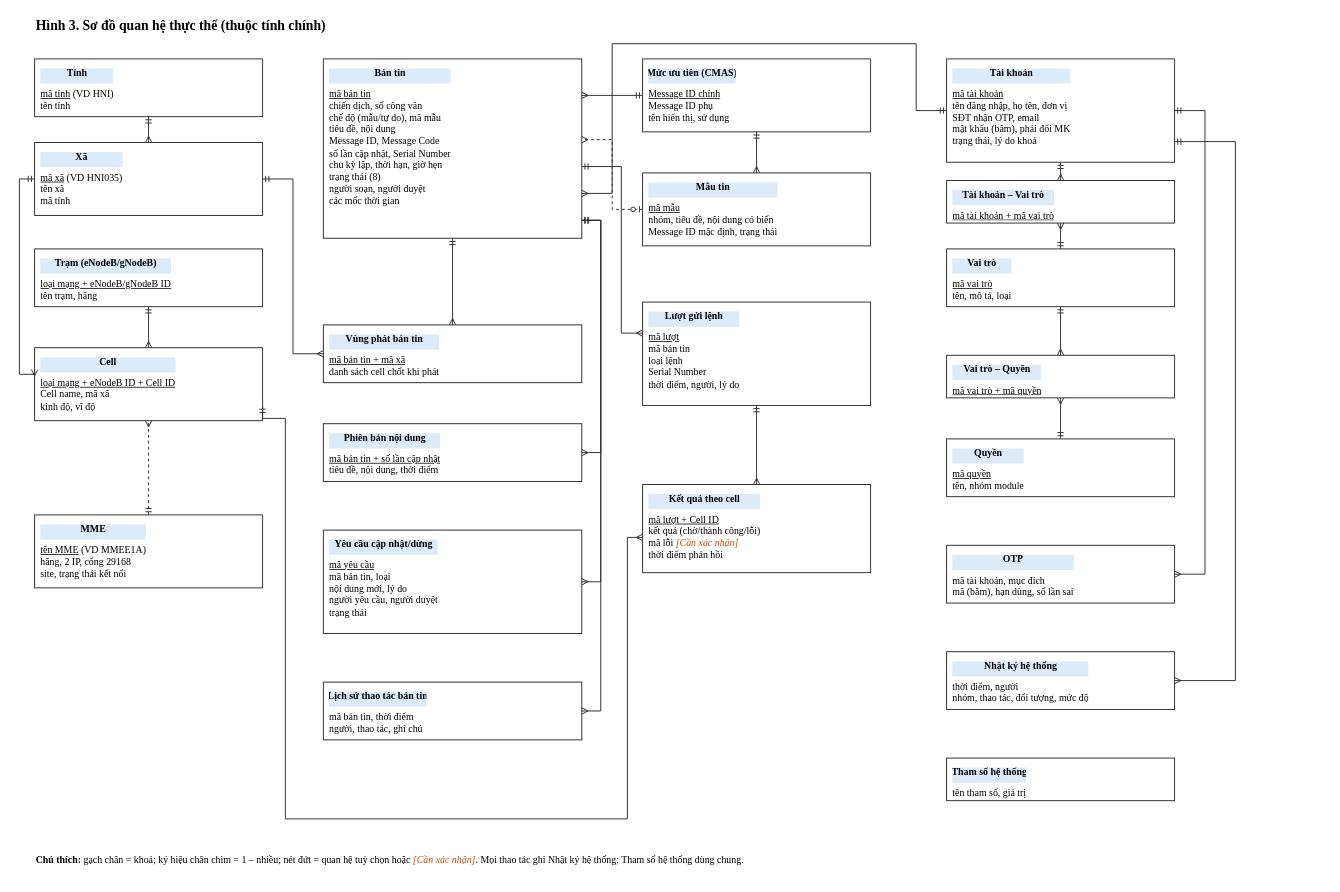
The draw.io diagram page "SRS-H3 Dữ liệu" (3 of 9) of srs/CBC_SRS_so-do.drawio in yenanna0804/cbc-demo, before the edit. Source tidied: cells renumbered, new cells numbered last; positions are measured from the earlier drawing's top-left corner, leaving out a move shared by most shapes. Both pictures are drawn from the tidied source at 76%, with x=0, y=0 at pixel (19, 13).
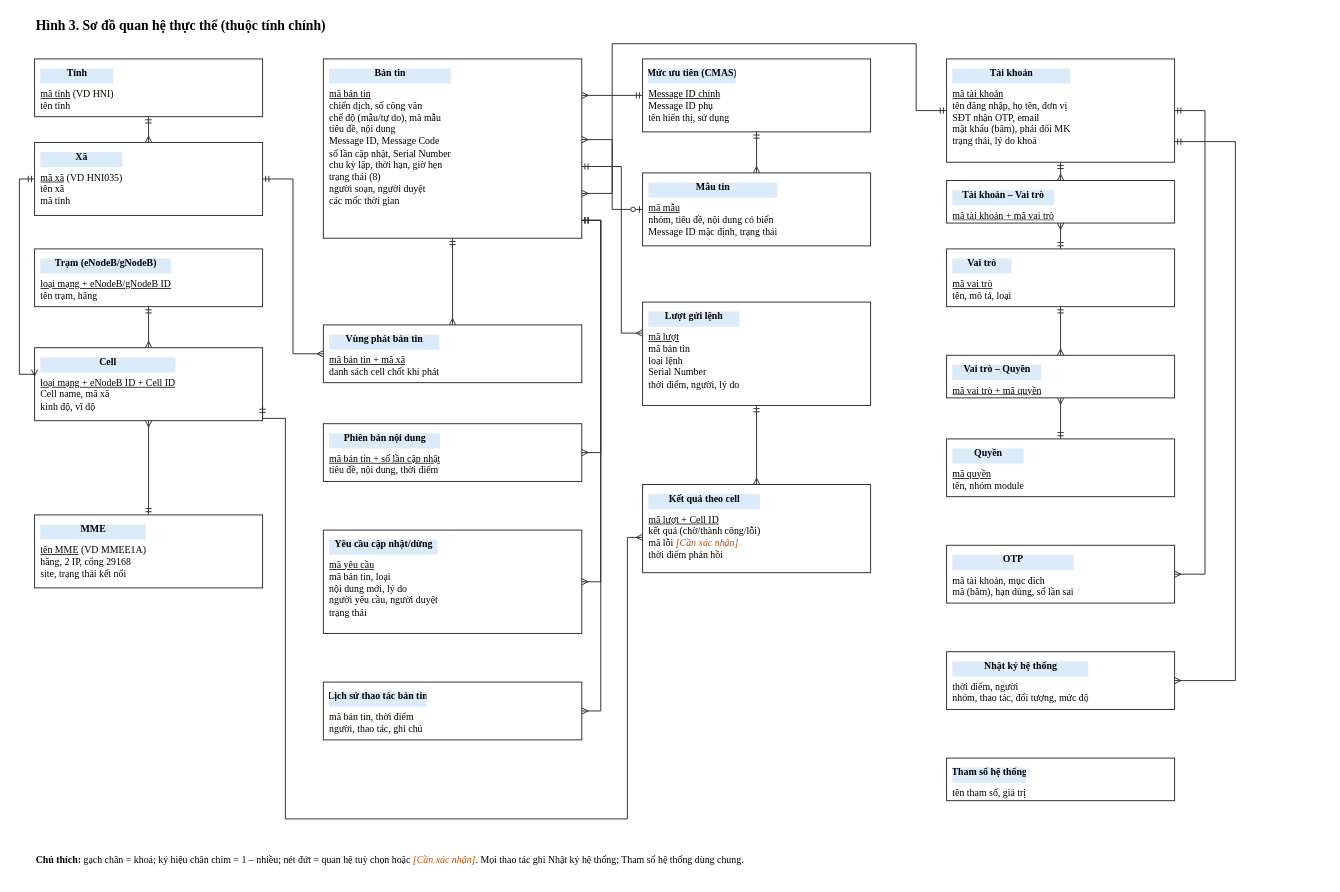
The same page after the edit.

Commit message:
SRS H3: bo net dut quan he

Claude-Session: https://claude.ai/code/session_01FeLNp4ic6ftFr5ftakdFjx

Unchanged cells that the change refers to:
```xml
<mxCell id="6" value="&lt;div style=&quot;background:#DCEBFA;margin:-8px -8px 6px;padding:6px;font-weight:bold;text-align:center&quot;&gt;Cell&lt;/div&gt;&lt;u&gt;loại mạng + eNodeB ID + Cell ID&lt;/u&gt;&lt;br&gt;Cell name, mã xã&lt;br&gt;kinh độ, vĩ độ" style="rounded=0;arcSize=8;whiteSpace=wrap;html=1;fontFamily=Times New Roman;fontSize=13;fillColor=#FFFFFF;strokeColor=#333333;strokeWidth=1.3;align=left;verticalAlign=top;spacing=8;overflow=hidden;" parent="1" vertex="1">
  <mxGeometry x="20" y="440" width="300" height="96" as="geometry" />
</mxCell>
<mxCell id="7" value="&lt;div style=&quot;background:#DCEBFA;margin:-8px -8px 6px;padding:6px;font-weight:bold;text-align:center&quot;&gt;MME&lt;/div&gt;&lt;u&gt;tên MME&lt;/u&gt; (VD MMEE1A)&lt;br&gt;hãng, 2 IP, cổng 29168&lt;br&gt;site, trạng thái kết nối" style="rounded=0;arcSize=8;whiteSpace=wrap;html=1;fontFamily=Times New Roman;fontSize=13;fillColor=#FFFFFF;strokeColor=#333333;strokeWidth=1.3;align=left;verticalAlign=top;spacing=8;overflow=hidden;" parent="1" vertex="1">
  <mxGeometry x="20" y="660" width="300" height="96" as="geometry" />
</mxCell>
<mxCell id="8" value="&lt;div style=&quot;background:#DCEBFA;margin:-8px -8px 6px;padding:6px;font-weight:bold;text-align:center&quot;&gt;Bản tin&lt;/div&gt;&lt;u&gt;mã bản tin&lt;/u&gt;&lt;br&gt;chiến dịch, số công văn&lt;br&gt;chế độ (mẫu/tự do), mã mẫu&lt;br&gt;tiêu đề, nội dung&lt;br&gt;Message ID, Message Code&lt;br&gt;số lần cập nhật, Serial Number&lt;br&gt;chu kỳ lặp, thời hạn, giờ hẹn&lt;br&gt;trạng thái (8)&lt;br&gt;người soạn, người duyệt&lt;br&gt;các mốc thời gian" style="rounded=0;arcSize=8;whiteSpace=wrap;html=1;fontFamily=Times New Roman;fontSize=13;fillColor=#FFFFFF;strokeColor=#333333;strokeWidth=1.3;align=left;verticalAlign=top;spacing=8;overflow=hidden;" parent="1" vertex="1">
  <mxGeometry x="400" y="60" width="340" height="236" as="geometry" />
</mxCell>
<mxCell id="16" value="&lt;div style=&quot;background:#DCEBFA;margin:-8px -8px 6px;padding:6px;font-weight:bold;text-align:center&quot;&gt;Mẫu tin&lt;/div&gt;&lt;u&gt;mã mẫu&lt;/u&gt;&lt;br&gt;nhóm, tiêu đề, nội dung có biến&lt;br&gt;Message ID mặc định, trạng thái" style="rounded=0;arcSize=8;whiteSpace=wrap;html=1;fontFamily=Times New Roman;fontSize=13;fillColor=#FFFFFF;strokeColor=#333333;strokeWidth=1.3;align=left;verticalAlign=top;spacing=8;overflow=hidden;" parent="1" vertex="1">
  <mxGeometry x="820" y="210" width="300" height="96" as="geometry" />
</mxCell>
```

Diff of the diagram source:
```diff
@@
-    <mxCell id="28" style="html=1;fontFamily=Times New Roman;fontSize=12;endArrow=ERmany;startArrow=ERmandOne;endFill=1;strokeColor=#333333;strokeWidth=1.3;labelBackgroundColor=#FFFFFF;rounded=0;dashed=1;exitX=0.5;exitY=0;exitDx=0;exitDy=0;entryX=0.5;entryY=1;entryDx=0;entryDy=0;edgeStyle=orthogonalEdgeStyle;" parent="1" edge="1" source="7" target="6">
+    <mxCell id="28" style="html=1;fontFamily=Times New Roman;fontSize=12;endArrow=ERmany;startArrow=ERmandOne;endFill=1;strokeColor=#333333;strokeWidth=1.3;labelBackgroundColor=#FFFFFF;rounded=0;exitX=0.5;exitY=0;exitDx=0;exitDy=0;entryX=0.5;entryY=1;entryDx=0;entryDy=0;edgeStyle=orthogonalEdgeStyle;" parent="1" edge="1" source="7" target="6">
       <mxGeometry relative="1" as="geometry" />
     </mxCell>
@@
-    <mxCell id="39" style="html=1;fontFamily=Times New Roman;fontSize=12;endArrow=ERmany;startArrow=ERzeroToOne;endFill=1;strokeColor=#333333;strokeWidth=1.3;labelBackgroundColor=#FFFFFF;rounded=0;dashed=1;exitX=0;exitY=0.5;exitDx=0;exitDy=0;entryX=1;entryY=0.45;entryDx=0;entryDy=0;edgeStyle=orthogonalEdgeStyle;" parent="1" edge="1" source="16" target="8">
+    <mxCell id="39" style="html=1;fontFamily=Times New Roman;fontSize=12;endArrow=ERmany;startArrow=ERzeroToOne;endFill=1;strokeColor=#333333;strokeWidth=1.3;labelBackgroundColor=#FFFFFF;rounded=0;exitX=0;exitY=0.5;exitDx=0;exitDy=0;entryX=1;entryY=0.45;entryDx=0;entryDy=0;edgeStyle=orthogonalEdgeStyle;" parent="1" edge="1" source="16" target="8">
       <mxGeometry relative="1" as="geometry" />
     </mxCell>
```
